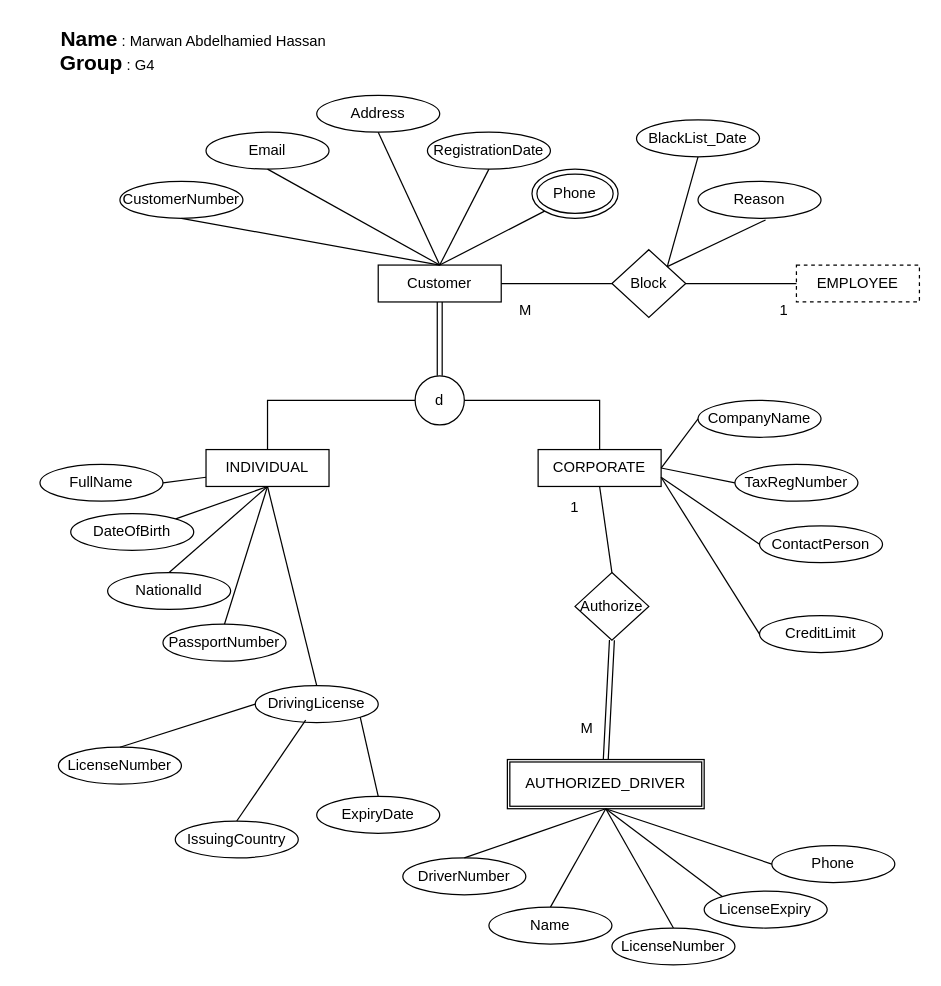
This is page "Customers" (4 of 16) of DriveNow.drawio from Maro282/Maro282-Database-Assignment-1, a draw.io file, before an edit. Source tidied: cells renumbered, new cells numbered last; positions are measured from the earlier drawing's top-left corner, leaving out a move shared by most shapes. Both pictures are drawn from the tidied source at 123%, with x=0, y=0 at pixel (21, 21).
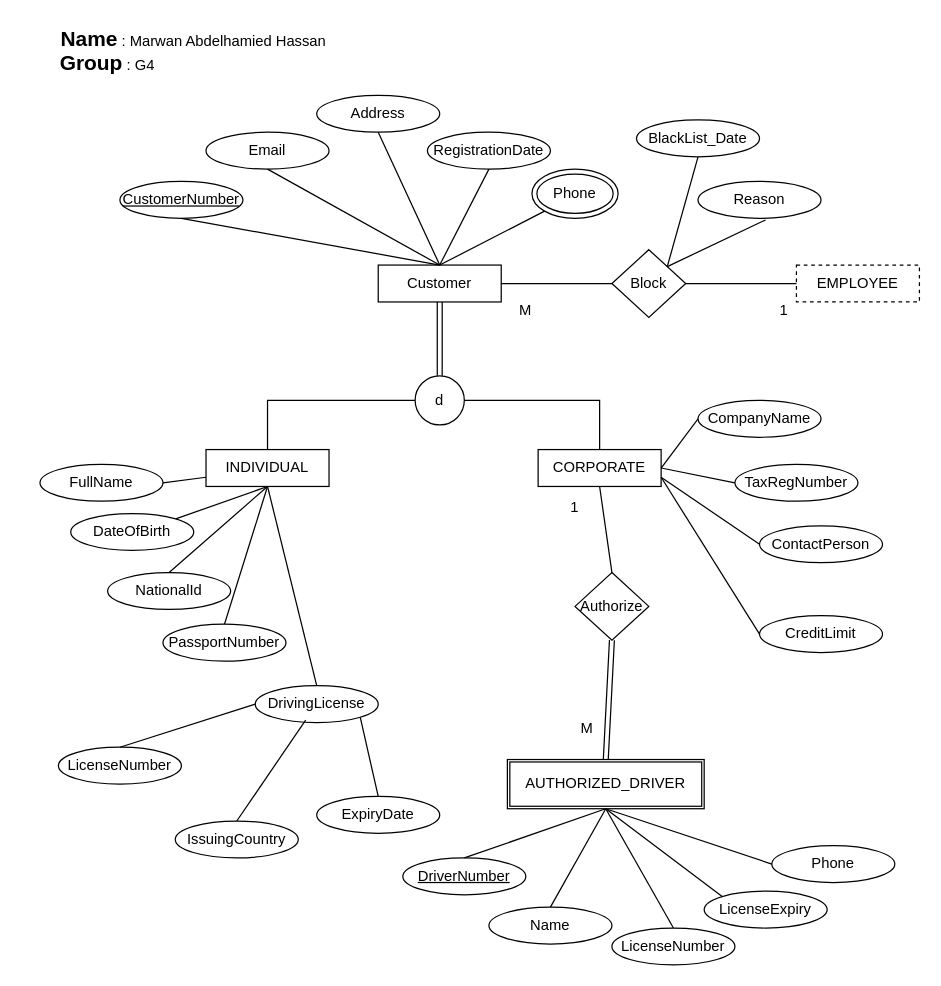
Above is the later version.

What changed in the source:
```diff
@@
-    <mxCell id="17" value="CustomerNumber" style="ellipse;whiteSpace=wrap;html=1;shapeInside=1;" parent="1" vertex="1">
+    <mxCell id="17" value="CustomerNumber" style="ellipse;whiteSpace=wrap;html=1;shapeInside=1;fontStyle=4;" parent="1" vertex="1">
       <mxGeometry x="80" y="130" width="100" height="30" as="geometry" />
     </mxCell>
@@
-    <mxCell id="26" value="DriverNumber" style="ellipse;whiteSpace=wrap;html=1;shapeInside=1;" parent="1" vertex="1">
+    <mxCell id="26" value="DriverNumber" style="ellipse;whiteSpace=wrap;html=1;shapeInside=1;fontStyle=4;" parent="1" vertex="1">
       <mxGeometry x="310" y="680" width="100" height="30" as="geometry" />
     </mxCell>
```
